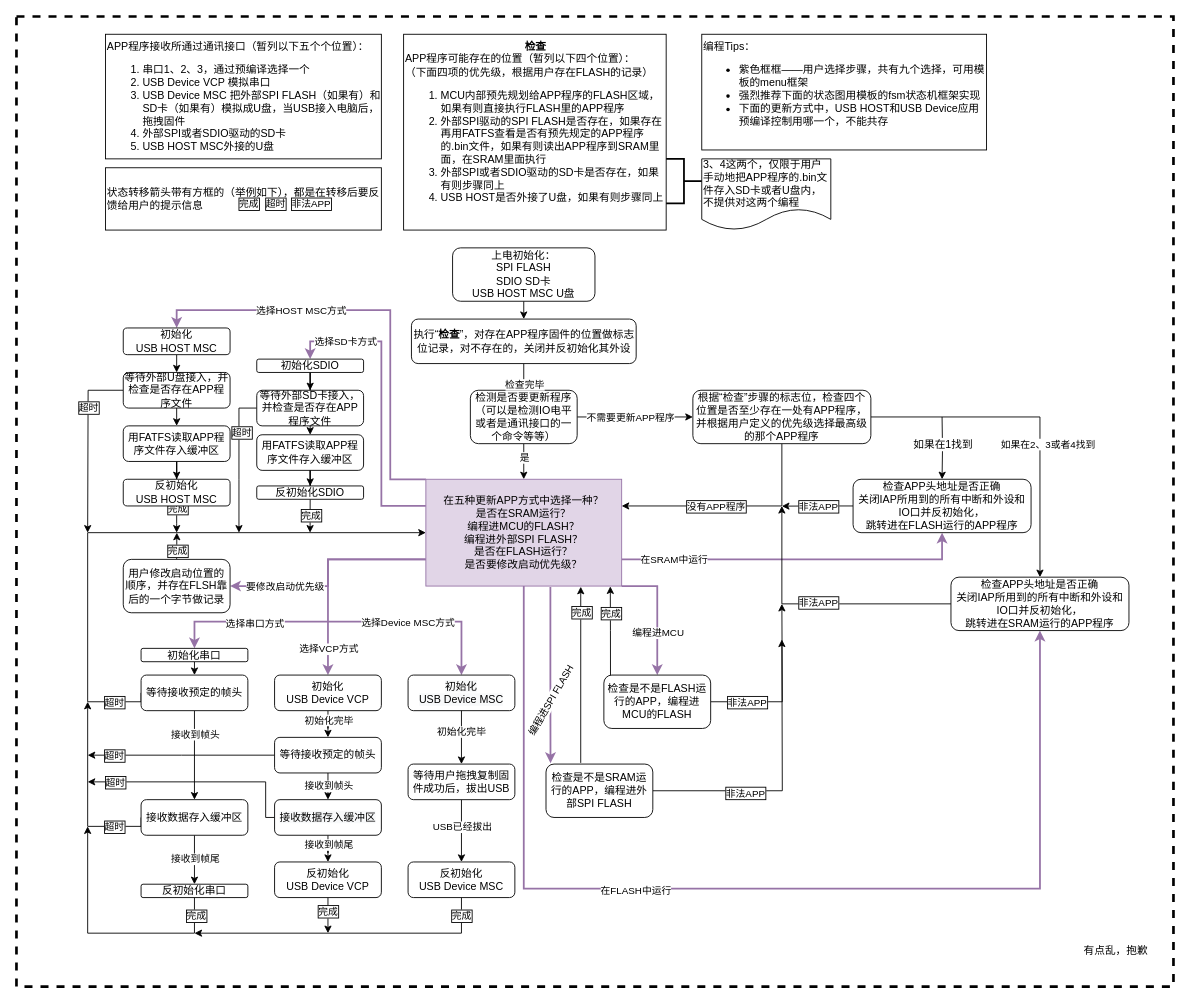
Staok/stm32_framework keeps this draw.io diagram as STM32F4DSP_HAL_IAP/方案描述文件/IAP状态图.drawio. Above is the earlier version. Source tidied: cells renumbered, new cells numbered last; positions are measured from the earlier drawing's top-left corner, leaving out a move shared by most shapes. Both pictures are drawn from the tidied source at 89%, with x=0, y=0 at pixel (16, 16).
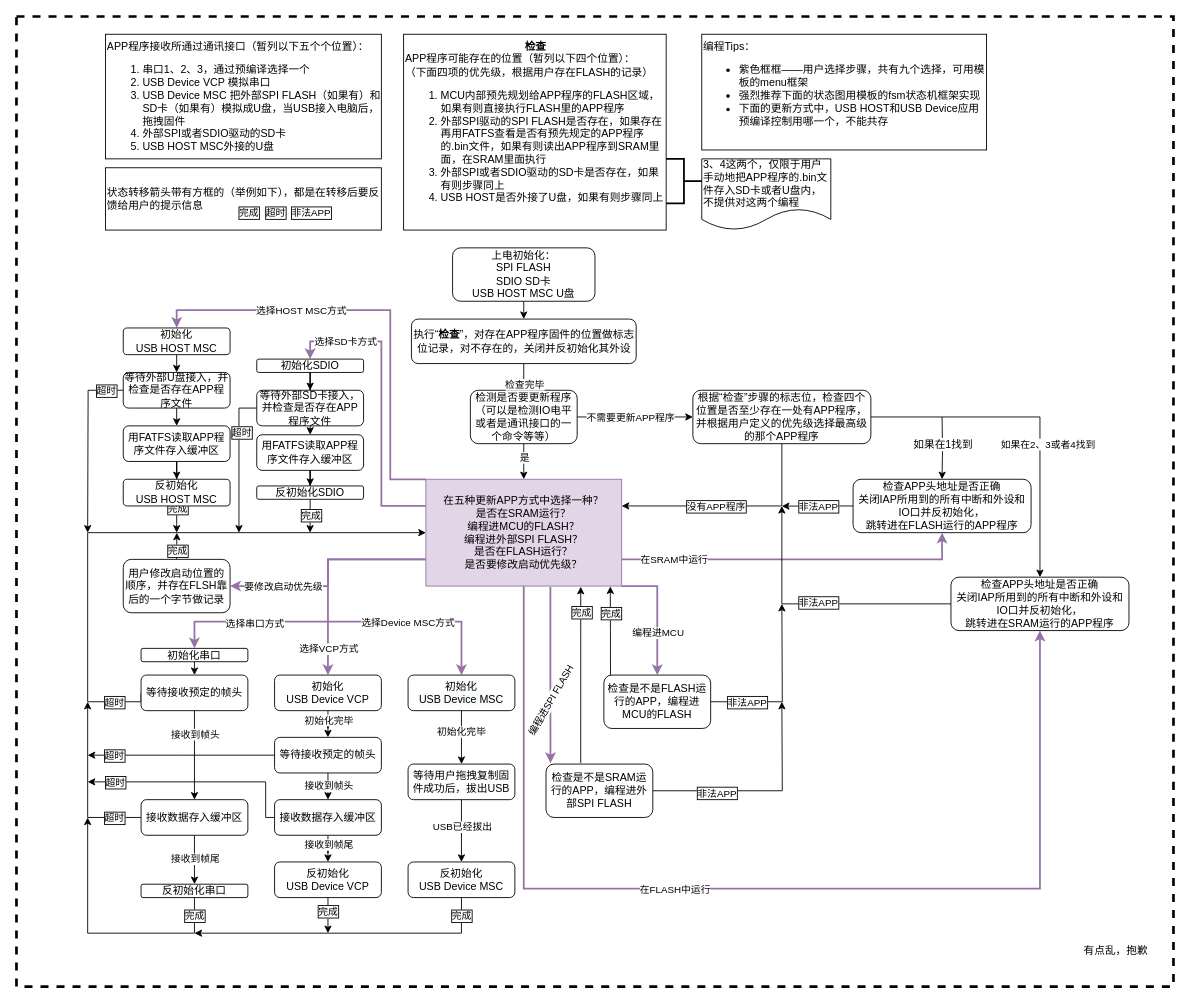
Above is the later version.

The change refers to these unchanged cells:
```xml
<mxCell id="16" style="edgeStyle=orthogonalEdgeStyle;rounded=0;jettySize=auto;html=1;exitX=0.5;exitY=1;exitDx=0;exitDy=0;entryX=0.5;entryY=1;entryDx=0;entryDy=0;fillColor=#e1d5e7;strokeColor=#9673a6;strokeWidth=2;" parent="1" edge="1" source="24" target="77">
  <mxGeometry relative="1" as="geometry">
    <Array as="points">
      <mxPoint x="570" y="980" />
      <mxPoint x="1150" y="980" />
    </Array>
  </mxGeometry>
</mxCell>
<mxCell id="22" style="edgeStyle=orthogonalEdgeStyle;rounded=0;jettySize=auto;html=1;exitX=0;exitY=0.75;exitDx=0;exitDy=0;entryX=1;entryY=0.5;entryDx=0;entryDy=0;fillColor=#e1d5e7;strokeColor=#9673a6;strokeWidth=2;" parent="1" edge="1" source="24" target="117">
  <mxGeometry relative="1" as="geometry" />
</mxCell>
<mxCell id="55" value="接收数据存入缓冲区" style="whiteSpace=wrap;html=1;rounded=1;shadow=0;strokeWidth=1;glass=0;" parent="1" vertex="1">
  <mxGeometry x="140" y="880" width="120" height="40" as="geometry" />
</mxCell>
<mxCell id="87" value="检查是不是SRAM运行的APP，编程进外部SPI FLASH" style="whiteSpace=wrap;html=1;rounded=1;shadow=0;strokeWidth=1;glass=0;" parent="1" vertex="1">
  <mxGeometry x="595" y="840" width="120" height="60" as="geometry" />
</mxCell>
<mxCell id="96" style="edgeStyle=orthogonalEdgeStyle;rounded=0;jettySize=auto;html=1;" parent="1" edge="1" source="98">
  <mxGeometry relative="1" as="geometry">
    <mxPoint x="80" y="580" as="targetPoint" />
  </mxGeometry>
</mxCell>
<mxCell id="125" value="反初始化串口" style="whiteSpace=wrap;html=1;rounded=1;shadow=0;strokeWidth=1;glass=0;" parent="1" vertex="1">
  <mxGeometry x="140" y="975" width="120" height="15" as="geometry" />
</mxCell>
```

The edit, as a diff of the source:
```diff
@@
-    <mxCell id="17" value="在FLASH中运行" style="edgeLabel;html=1;align=center;verticalAlign=middle;" parent="16" vertex="1">
+    <mxCell id="17" value="在FLASH中运行" style="edgeLabel;align=center;verticalAlign=middle;labelBorderColor=none;html=1;" parent="16" vertex="1">
       <mxGeometry x="-0.34" y="-1" relative="1" as="geometry">
-        <mxPoint x="66.7" as="offset" />
+        <mxPoint x="110" y="-1" as="offset" />
       </mxGeometry>
     </mxCell>
@@
     <mxCell id="23" value="要修改启动优先级" style="edgeLabel;html=1;align=center;verticalAlign=middle;" parent="22" vertex="1">
       <mxGeometry x="0.59" relative="1" as="geometry">
-        <mxPoint x="10.3" as="offset" />
+        <mxPoint x="8.3" as="offset" />
       </mxGeometry>
     </mxCell>
@@
     <mxCell id="51" style="edgeStyle=orthogonalEdgeStyle;rounded=0;jettySize=auto;html=1;exitX=0;exitY=0.5;exitDx=0;exitDy=0;" parent="1" edge="1" source="55">
       <mxGeometry relative="1" as="geometry">
         <mxPoint x="80" y="770" as="targetPoint" />
         <Array as="points">
-          <mxPoint x="80" y="910" />
+          <mxPoint x="80" y="900" />
         </Array>
       </mxGeometry>
     </mxCell>
     <mxCell id="52" value="超时" style="edgeLabel;html=1;align=center;verticalAlign=middle;labelBorderColor=#000000;" parent="51" vertex="1">
       <mxGeometry x="-0.76" relative="1" as="geometry">
-        <mxPoint x="-15.5" as="offset" />
+        <mxPoint x="-7.5" as="offset" />
       </mxGeometry>
     </mxCell>
@@
     <mxCell id="83" style="edgeStyle=orthogonalEdgeStyle;rounded=0;jettySize=auto;html=1;exitX=1;exitY=0.5;exitDx=0;exitDy=0;" parent="1" edge="1" source="87">
       <mxGeometry relative="1" as="geometry">
-        <mxPoint x="860" y="700" as="targetPoint" />
+        <mxPoint x="860" y="770" as="targetPoint" />
       </mxGeometry>
     </mxCell>
@@
     <mxCell id="97" value="超时" style="edgeLabel;html=1;align=center;verticalAlign=middle;labelBorderColor=#000000;" parent="96" vertex="1">
-      <mxGeometry x="-0.41" relative="1" as="geometry" />
+      <mxGeometry x="-0.41" relative="1" as="geometry">
+        <mxPoint x="20" y="-19.1" as="offset" />
+      </mxGeometry>
     </mxCell>
@@
     <mxCell id="105" value="完成" style="edgeLabel;html=1;align=center;verticalAlign=middle;labelBorderColor=#000000;" parent="1" vertex="1">
-      <mxGeometry x="260" y="210" as="geometry" />
+      <mxGeometry x="260" y="220" as="geometry" />
     </mxCell>
     <mxCell id="106" value="超时" style="edgeLabel;html=1;align=center;verticalAlign=middle;labelBorderColor=#000000;" parent="1" vertex="1">
-      <mxGeometry x="290" y="210" as="geometry" />
+      <mxGeometry x="290" y="220" as="geometry" />
     </mxCell>
     <mxCell id="107" value="非法APP" style="edgeLabel;html=1;align=center;verticalAlign=middle;labelBorderColor=#000000;" parent="1" vertex="1">
-      <mxGeometry x="330" y="210" as="geometry" />
+      <mxGeometry x="330" y="220" as="geometry" />
     </mxCell>
@@
     <mxCell id="123" style="edgeStyle=orthogonalEdgeStyle;rounded=0;jettySize=auto;html=1;exitX=0.5;exitY=1;exitDx=0;exitDy=0;strokeWidth=1;" parent="1" edge="1" source="125">
       <mxGeometry relative="1" as="geometry">
-        <mxPoint x="80" y="910" as="targetPoint" />
+        <mxPoint x="80" y="900" as="targetPoint" />
         <Array as="points">
           <mxPoint x="200" y="1030" />
           <mxPoint x="80" y="1030" />
         </Array>
       </mxGeometry>
     </mxCell>
```
